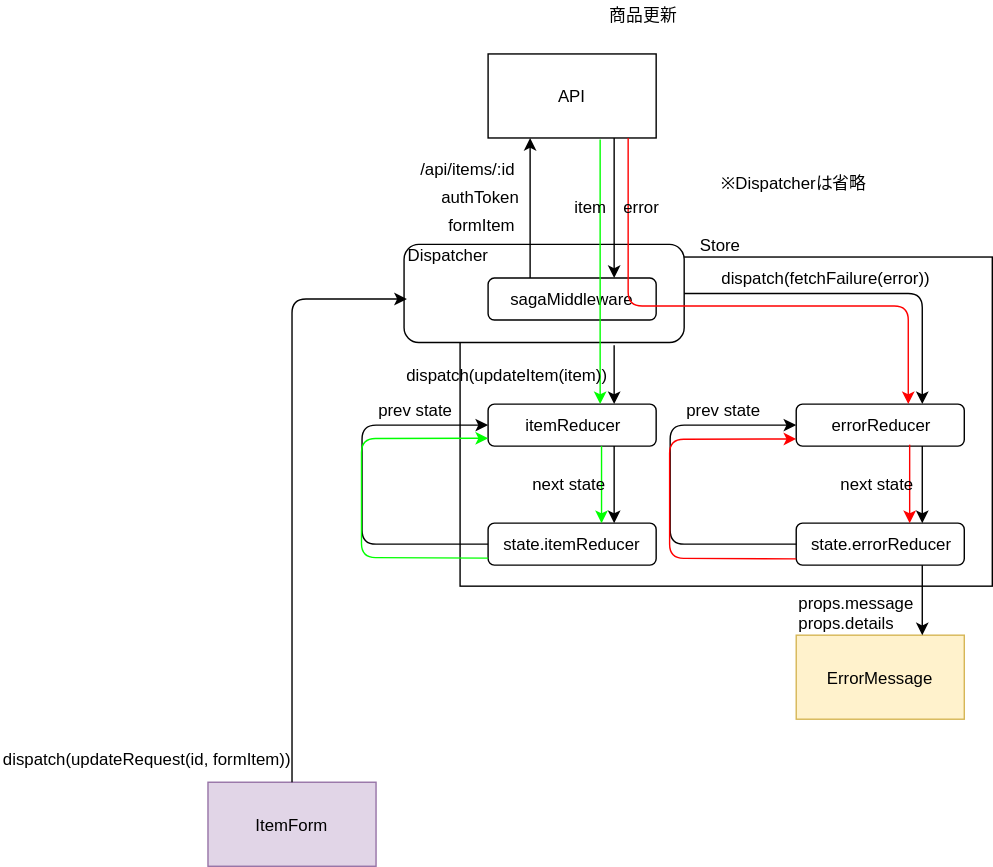
emgniddikur/react-app keeps this draw.io diagram as diagram/dataFlow/update.svg. Above is the earlier version. Source tidied: cells renumbered, new cells last; positions are measured from the earlier drawing's top-left corner, leaving out a move shared by most shapes.
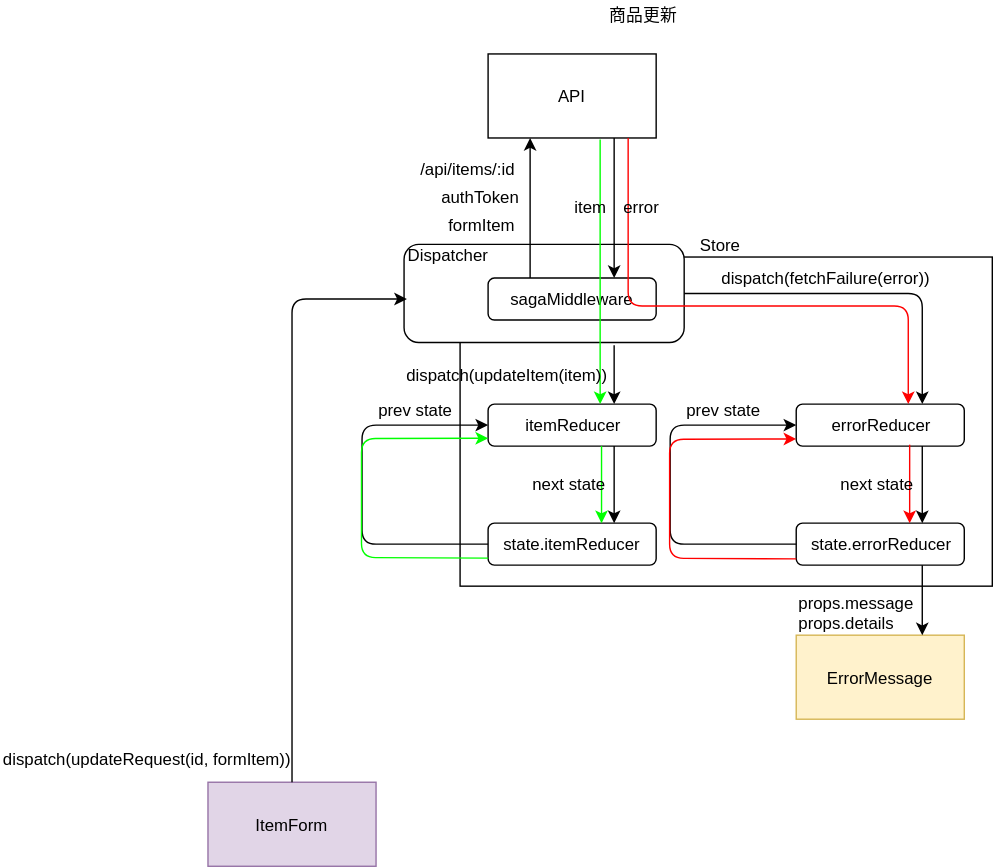
After the commit.

The edit, as a diff of the source:
```diff
@@ -168,9 +168,6 @@
         </Array>
       </mxGeometry>
     </mxCell>
-    <mxCell id="40" value="※Dispatcherは省略" style="text;html=1;align=left;verticalAlign=top;spacingTop=-4;" parent="1" vertex="1">
-      <mxGeometry x="513" y="120.5" width="120" height="20" as="geometry" />
-    </mxCell>
     <mxCell id="41" value="商品更新" style="text;html=1;align=left;verticalAlign=top;spacingTop=-4;" parent="1" vertex="1">
       <mxGeometry x="433" y="0.5" width="60" height="20" as="geometry" />
     </mxCell>
```
